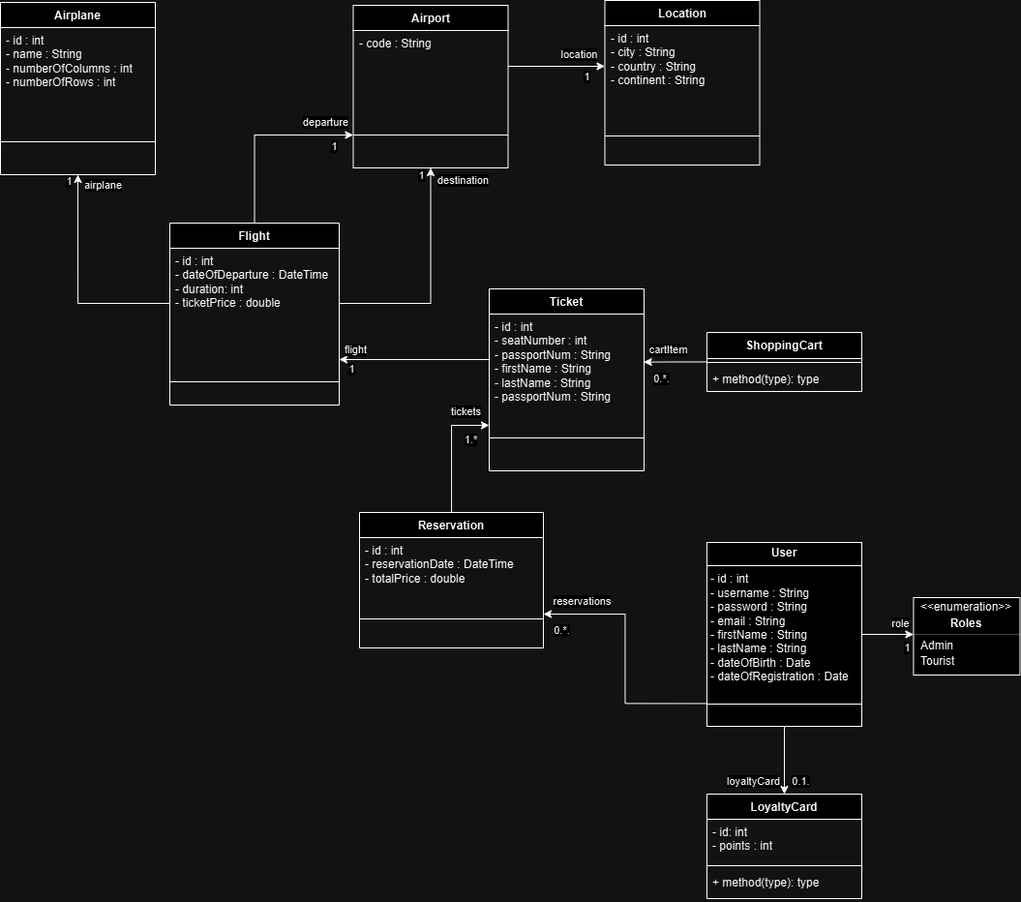
Above: AirlineProjectClassDiagram.png in vukedd/airline-springboot-mvc (draw.io), before the change. Source tidied: cells renumbered, new cells last; positions are measured from the earlier drawing's top-left corner, leaving out a move shared by most shapes.
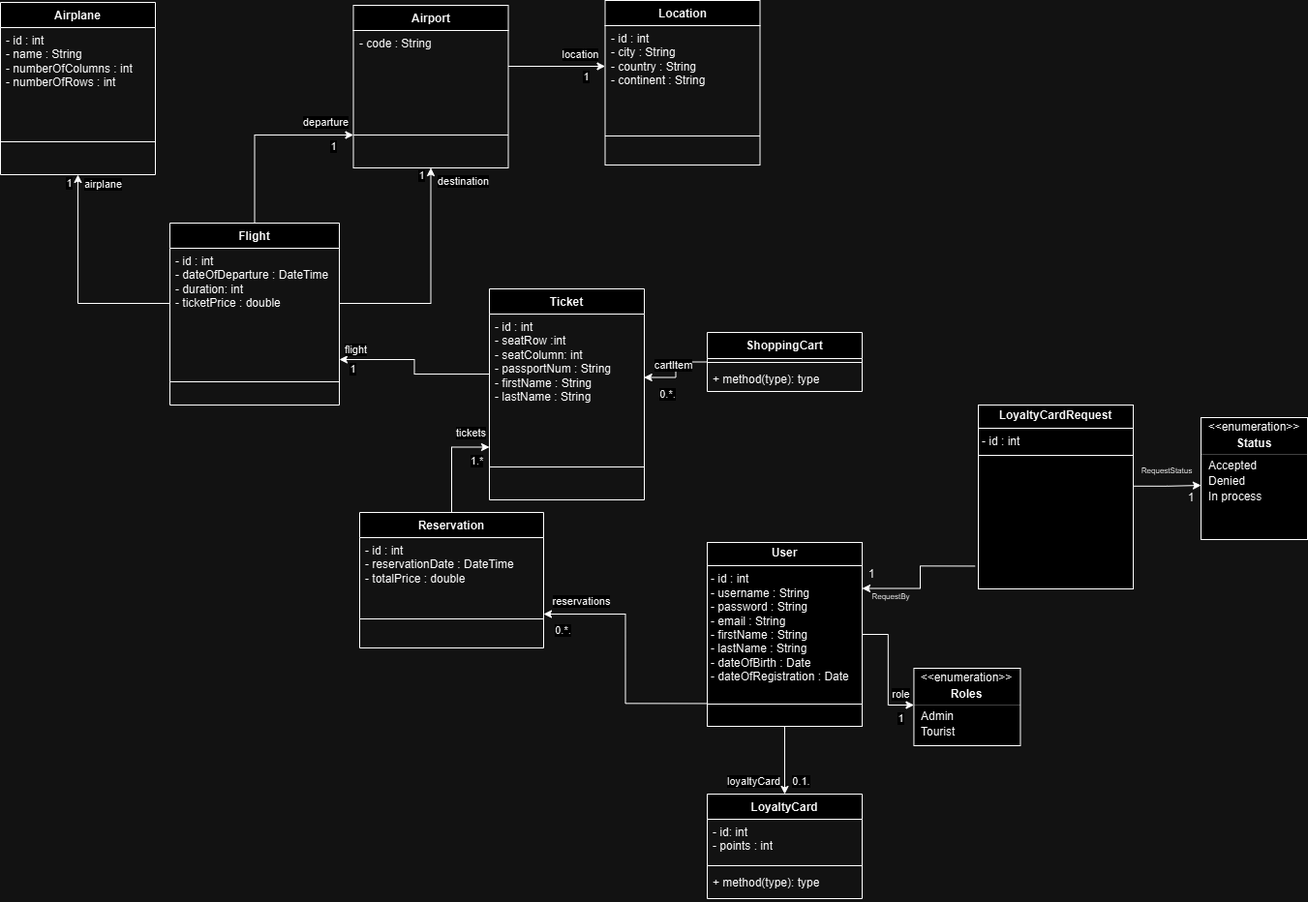
Above is the later version.

What changed in the source:
```diff
@@ -7,7 +7,7 @@
     </mxCell>
     <mxCell id="3" value="role" style="edgeLabel;html=1;align=center;verticalAlign=middle;" parent="2" vertex="1">
       <mxGeometry x="0.75" y="-1" relative="1" as="geometry">
-        <mxPoint x="-7" y="-13" as="offset" />
+        <mxPoint x="2" y="-13" as="offset" />
       </mxGeometry>
     </mxCell>
     <mxCell id="4" value="1" style="edgeLabel;html=1;align=center;verticalAlign=middle;" parent="2" vertex="1">
@@ -32,7 +32,7 @@
       <mxGeometry x="730" y="560" width="160" height="190" as="geometry" />
     </mxCell>
     <mxCell id="9" style="fontStyle=1;align=center;verticalAlign=middle;horizontal=1;" parent="1" vertex="1">
-      <mxGeometry x="943.5" y="617" width="110" height="80" as="geometry" />
+      <mxGeometry x="943.5" y="690" width="110" height="80" as="geometry" />
     </mxCell>
     <mxCell id="10" value="&amp;lt;&amp;lt;enumeration&amp;gt;&amp;gt;" style="html=1;align=center;spacing=0;verticalAlign=middle;strokeColor=none;fillColor=none;whiteSpace=wrap;" parent="9" vertex="1">
       <mxGeometry width="110" height="20" as="geometry" />
@@ -144,13 +144,13 @@
       </mxGeometry>
     </mxCell>
     <mxCell id="41" value="Ticket" style="swimlane;fontStyle=1;align=center;verticalAlign=top;horizontal=1;startSize=26;whiteSpace=wrap;html=1;" parent="1" vertex="1">
-      <mxGeometry x="505" y="298" width="160" height="188" as="geometry" />
+      <mxGeometry x="505" y="298" width="160" height="218" as="geometry" />
     </mxCell>
-    <mxCell id="42" value="&lt;div&gt;- id : int&lt;/div&gt;- seatNumber : int&lt;div&gt;&lt;span style=&quot;background-color: initial;&quot;&gt;- passportNum : String&lt;/span&gt;&lt;/div&gt;&lt;div&gt;&lt;span style=&quot;background-color: initial;&quot;&gt;- firstName : String&lt;/span&gt;&lt;/div&gt;&lt;div&gt;&lt;span style=&quot;background-color: initial;&quot;&gt;- lastName : String&lt;/span&gt;&lt;/div&gt;&lt;div&gt;&lt;span style=&quot;background-color: initial;&quot;&gt;- passportNum : String&lt;/span&gt;&lt;/div&gt;" style="text;strokeColor=none;fillColor=none;align=left;verticalAlign=top;spacingLeft=4;spacingRight=4;overflow=hidden;points=[[0,0.5],[1,0.5]];portConstraint=eastwest;whiteSpace=wrap;html=1;" parent="41" vertex="1">
-      <mxGeometry y="26" width="160" height="94" as="geometry" />
+    <mxCell id="42" value="&lt;div&gt;- id : int&lt;/div&gt;&lt;div&gt;&lt;span style=&quot;background-color: initial;&quot;&gt;- seatRow :int&lt;/span&gt;&lt;/div&gt;&lt;div&gt;&lt;span style=&quot;background-color: initial;&quot;&gt;- seatColumn: int&lt;/span&gt;&lt;/div&gt;&lt;div&gt;&lt;span style=&quot;background-color: initial;&quot;&gt;- passportNum : String&lt;/span&gt;&lt;/div&gt;&lt;div&gt;&lt;span style=&quot;background-color: initial;&quot;&gt;- firstName : String&lt;/span&gt;&lt;/div&gt;&lt;div&gt;&lt;span style=&quot;background-color: initial;&quot;&gt;- lastName : String&lt;/span&gt;&lt;/div&gt;" style="text;strokeColor=none;fillColor=none;align=left;verticalAlign=top;spacingLeft=4;spacingRight=4;overflow=hidden;points=[[0,0.5],[1,0.5]];portConstraint=eastwest;whiteSpace=wrap;html=1;" parent="41" vertex="1">
+      <mxGeometry y="26" width="160" height="124" as="geometry" />
     </mxCell>
     <mxCell id="43" style="line;strokeWidth=1;fillColor=none;align=left;verticalAlign=middle;spacingTop=-1;spacingLeft=3;spacingRight=3;labelPosition=right;strokeColor=inherit;" parent="41" vertex="1">
-      <mxGeometry y="120" width="160" height="68" as="geometry" />
+      <mxGeometry y="150" width="160" height="68" as="geometry" />
     </mxCell>
     <mxCell id="44" style="edgeStyle=orthogonalEdgeStyle;rounded=0;jettySize=auto;html=1;entryX=1;entryY=0.75;entryDx=0;entryDy=0;" parent="1" edge="1" source="42" target="31">
       <mxGeometry relative="1" as="geometry" />
@@ -234,5 +234,50 @@
     <mxCell id="65" value="+ method(type): type" style="text;strokeColor=none;fillColor=none;align=left;verticalAlign=top;spacingLeft=4;spacingRight=4;overflow=hidden;whiteSpace=wrap;html=1;" parent="62" vertex="1">
       <mxGeometry y="78" width="160" height="30" as="geometry" />
     </mxCell>
+    <mxCell id="66" value="&lt;p style=&quot;margin:0px;margin-top:4px;text-align:center;&quot;&gt;&lt;b&gt;LoyaltyCardRequest&lt;/b&gt;&lt;/p&gt;&lt;hr size=&quot;1&quot; style=&quot;border-style:solid;&quot;&gt;&lt;p style=&quot;margin:0px;margin-left:4px;&quot;&gt;- id : int&lt;/p&gt;&lt;hr size=&quot;1&quot; style=&quot;border-style:solid;&quot;&gt;&lt;p style=&quot;margin:0px;margin-left:4px;&quot;&gt;&lt;br&gt;&lt;/p&gt;" style="verticalAlign=top;align=left;overflow=fill;html=1;whiteSpace=wrap;" parent="1" vertex="1">
+      <mxGeometry x="1010" y="418" width="160" height="190" as="geometry" />
+    </mxCell>
+    <mxCell id="67" style="fontStyle=1;align=center;verticalAlign=middle;horizontal=1;" parent="1" vertex="1">
+      <mxGeometry x="1240" y="431" width="110" height="126" as="geometry" />
+    </mxCell>
+    <mxCell id="68" value="&amp;lt;&amp;lt;enumeration&amp;gt;&amp;gt;" style="html=1;align=center;spacing=0;verticalAlign=middle;strokeColor=none;fillColor=none;whiteSpace=wrap;" parent="67" vertex="1">
+      <mxGeometry width="110" height="20" as="geometry" />
+    </mxCell>
+    <mxCell id="69" value="Status" style="html=1;align=center;spacing=0;verticalAlign=middle;strokeColor=none;fillColor=none;whiteSpace=wrap;fontStyle=1;" parent="67" vertex="1">
+      <mxGeometry y="20" width="110" height="14" as="geometry" />
+    </mxCell>
+    <mxCell id="70" style="line;strokeWidth=0.25;fillColor=none;align=left;verticalAlign=middle;spacingTop=-1;spacingLeft=3;spacingRight=3;labelPosition=right;" parent="67" vertex="1">
+      <mxGeometry y="34" width="110" height="8" as="geometry" />
+    </mxCell>
+    <mxCell id="71" value="Accepted" style="html=1;align=left;spacing=0;spacingLeft=8;verticalAlign=middle;strokeColor=none;fillColor=none;whiteSpace=wrap;" parent="67" vertex="1">
+      <mxGeometry y="42" width="110" height="16" as="geometry" />
+    </mxCell>
+    <mxCell id="72" value="Denied" style="html=1;align=left;spacing=0;spacingLeft=8;verticalAlign=middle;strokeColor=none;fillColor=none;whiteSpace=wrap;" parent="67" vertex="1">
+      <mxGeometry y="58" width="110" height="16" as="geometry" />
+    </mxCell>
+    <mxCell id="73" value="In process" style="html=1;align=left;spacing=0;spacingLeft=8;verticalAlign=middle;strokeColor=none;fillColor=none;whiteSpace=wrap;" parent="67" vertex="1">
+      <mxGeometry y="74" width="110" height="16" as="geometry" />
+    </mxCell>
+    <mxCell id="74" style="html=1;align=left;spacing=0;spacingLeft=8;verticalAlign=middle;strokeColor=none;fillColor=none;whiteSpace=wrap;" parent="67" vertex="1">
+      <mxGeometry y="90" width="110" height="36" as="geometry" />
+    </mxCell>
+    <mxCell id="75" style="edgeStyle=orthogonalEdgeStyle;rounded=0;jettySize=auto;html=1;entryX=1;entryY=0.25;entryDx=0;entryDy=0;exitX=-0.021;exitY=0.876;exitDx=0;exitDy=0;exitPerimeter=0;" parent="1" edge="1" source="66" target="8">
+      <mxGeometry relative="1" as="geometry" />
+    </mxCell>
+    <mxCell id="76" style="edgeStyle=orthogonalEdgeStyle;rounded=0;jettySize=auto;html=1;entryX=0;entryY=0.75;entryDx=0;entryDy=0;exitX=0.997;exitY=0.441;exitDx=0;exitDy=0;exitPerimeter=0;" parent="1" edge="1" source="66" target="72">
+      <mxGeometry relative="1" as="geometry" />
+    </mxCell>
+    <mxCell id="77" value="&lt;font style=&quot;font-size: 8px;&quot;&gt;RequestStatus&lt;/font&gt;" style="text;html=1;align=center;verticalAlign=middle;whiteSpace=wrap;rounded=0;" parent="1" vertex="1">
+      <mxGeometry x="1180" y="460" width="50" height="50" as="geometry" />
+    </mxCell>
+    <mxCell id="78" value="1" style="text;html=1;align=center;verticalAlign=middle;whiteSpace=wrap;rounded=0;" parent="1" vertex="1">
+      <mxGeometry x="1200" y="499" width="60" height="30" as="geometry" />
+    </mxCell>
+    <mxCell id="79" value="1" style="text;html=1;align=center;verticalAlign=middle;whiteSpace=wrap;rounded=0;" parent="1" vertex="1">
+      <mxGeometry x="870" y="578" width="60" height="30" as="geometry" />
+    </mxCell>
+    <mxCell id="80" value="&lt;font style=&quot;font-size: 8px;&quot;&gt;RequestBy&lt;/font&gt;" style="text;html=1;align=center;verticalAlign=middle;whiteSpace=wrap;rounded=0;" parent="1" vertex="1">
+      <mxGeometry x="890" y="600" width="60" height="30" as="geometry" />
+    </mxCell>
   </root>
 </mxGraphModel>
```
